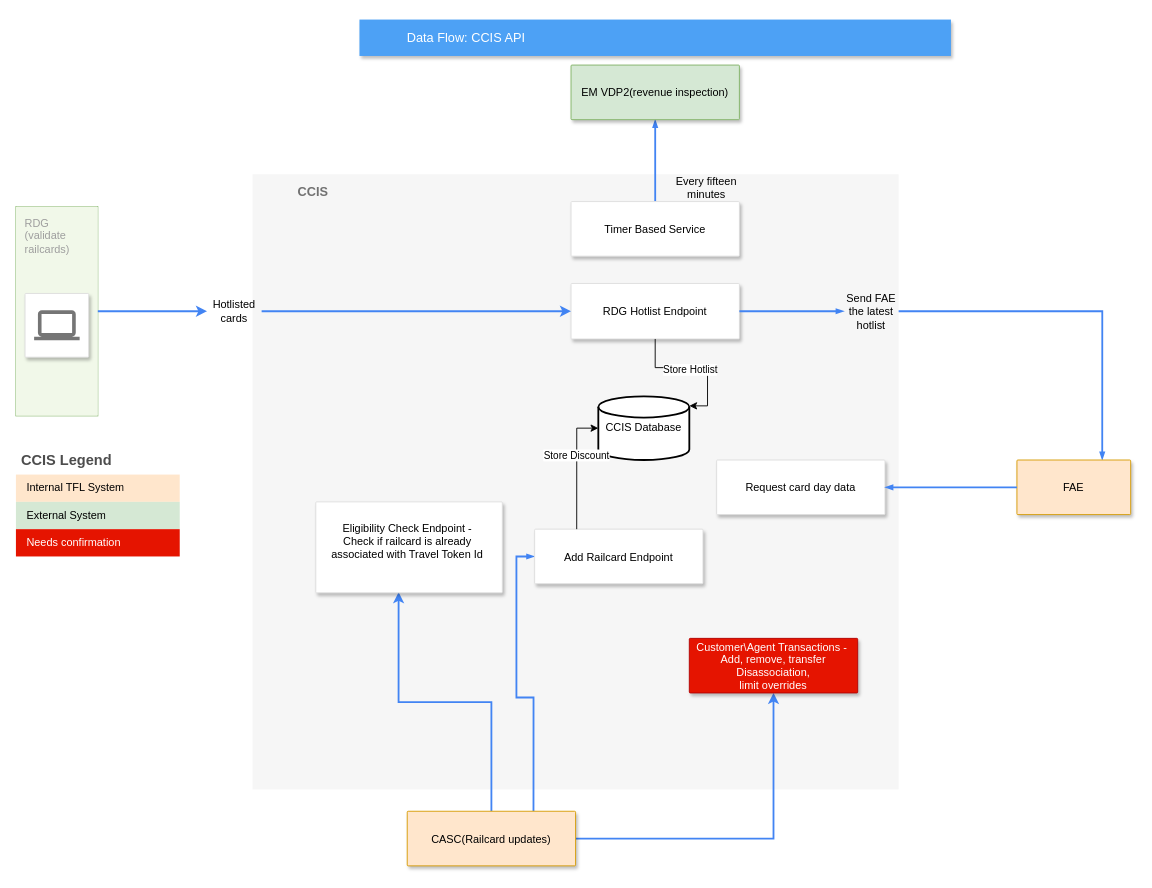
Before: CCIS-API.drawio in mattwatts36/drawings, a draw.io diagram. Source tidied: cells renumbered, new cells numbered last; positions are measured from the earlier drawing's top-left corner, leaving out a move shared by most shapes. Both pictures are drawn from the tidied source at 91%, with x=0, y=0 at pixel (15, 19).
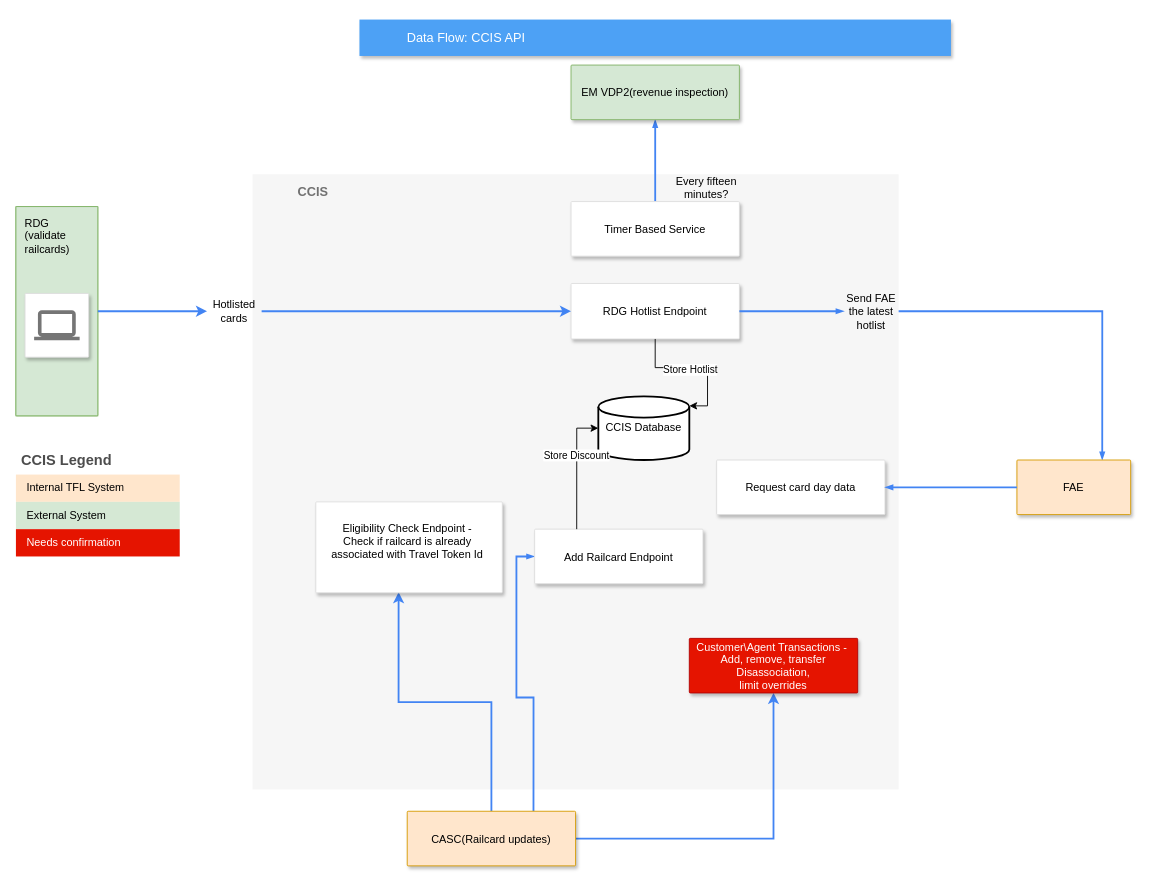
The same diagram, later.

The edit, as a diff of the source:
```diff
@@
-    <mxCell id="13" style="group;fillColor=#d5e8d4;strokeColor=#82b366;" parent="1" vertex="1">
+    <mxCell id="13" style="group;fillColor=#d5e8d4;strokeColor=#82b366;gradientColor=#97d077;" parent="1" vertex="1">
       <mxGeometry y="205.5" width="90" height="230" as="geometry" />
     </mxCell>
-    <mxCell id="14" value="RDG&lt;div&gt;(validate&amp;nbsp;&lt;/div&gt;&lt;div&gt;railcards)&lt;/div&gt;" style="rounded=1;absoluteArcSize=1;arcSize=2;html=1;strokeColor=none;gradientColor=none;shadow=0;dashed=0;fontSize=12;fontColor=#9E9E9E;align=left;verticalAlign=top;spacing=10;spacingTop=-4;fillColor=#F1F8E9;" parent="13" vertex="1">
+    <mxCell id="14" value="RDG&lt;div&gt;(validate&amp;nbsp;&lt;/div&gt;&lt;div&gt;railcards)&lt;/div&gt;" style="rounded=1;absoluteArcSize=1;arcSize=2;html=1;strokeColor=#82b366;shadow=0;dashed=0;fontSize=12;align=left;verticalAlign=top;spacing=10;spacingTop=-4;fillColor=#d5e8d4;" parent="13" vertex="1">
       <mxGeometry width="90" height="230" as="geometry" />
     </mxCell>
@@
-    <mxCell id="31" value="Every fifteen minutes" style="text;html=1;align=center;verticalAlign=middle;whiteSpace=wrap;rounded=0;" parent="1" vertex="1">
+    <mxCell id="31" value="Every fifteen minutes?" style="text;html=1;align=center;verticalAlign=middle;whiteSpace=wrap;rounded=0;" parent="1" vertex="1">
       <mxGeometry x="710" y="170" width="98" height="30" as="geometry" />
     </mxCell>
```
